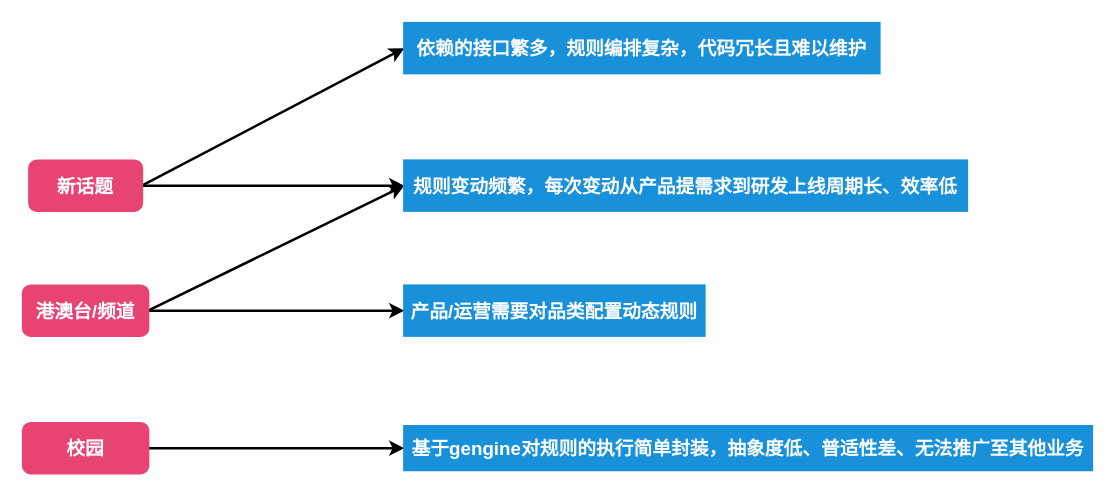
Earlier version of the draw.io diagram 垂直业务众多收录服务迭代与维护之痛.drawio (smartcharles/tech_draw). Source tidied: cells renumbered, new cells numbered last; positions are measured from the earlier drawing's top-left corner, leaving out a move shared by most shapes. Both pictures are drawn from the tidied source at 125%, with x=0, y=0 at pixel (22, 22).
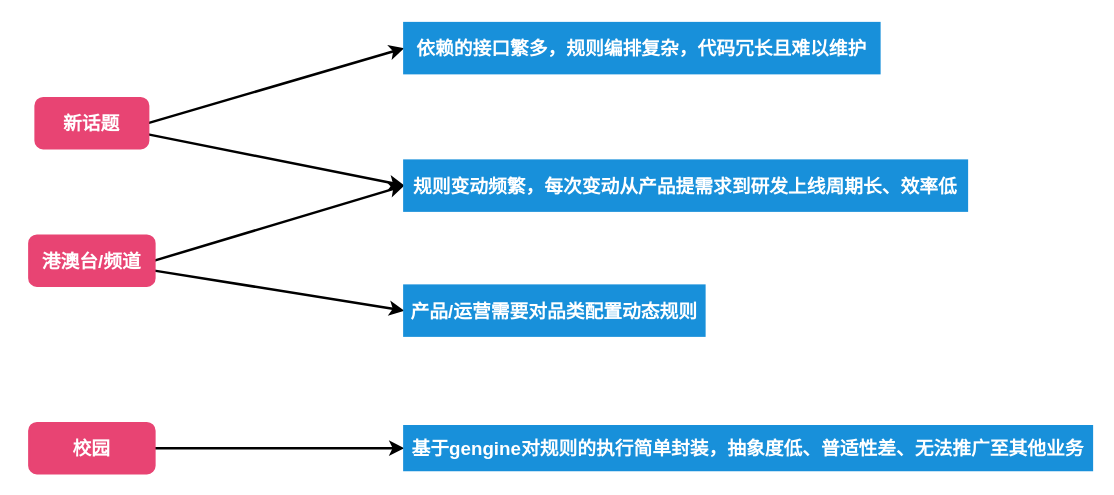
After the change.

Commit message (it also covers changes not shown here):
更新垂直业务众多收录服务迭代与维护之痛.drawio

Change to the diagram source:
```diff
@@
 <mxGraphModel>
   <root>
     <mxCell id="0" />
     <mxCell id="1" parent="0" />
-    <mxCell id="2" style="edgeStyle=orthogonalEdgeStyle;rounded=0;jettySize=auto;html=1;entryX=0;entryY=0.5;entryDx=0;entryDy=0;strokeWidth=2;" parent="1" edge="1" source="4" target="10">
+    <mxCell id="2" style="rounded=0;jettySize=auto;html=1;entryX=0;entryY=0.5;entryDx=0;entryDy=0;strokeWidth=2;" parent="1" edge="1" source="4" target="10">
       <mxGeometry relative="1" as="geometry" />
     </mxCell>
     <mxCell id="3" style="edgeStyle=none;rounded=0;jettySize=auto;html=1;entryX=0;entryY=0.5;entryDx=0;entryDy=0;exitX=1;exitY=0.5;exitDx=0;exitDy=0;strokeWidth=2;" parent="1" edge="1" source="4" target="12">
       <mxGeometry relative="1" as="geometry" />
     </mxCell>
     <mxCell id="4" value="&lt;font color=&quot;#ffffff&quot; style=&quot;font-size: 15px;&quot;&gt;&lt;b&gt;新话题&lt;/b&gt;&lt;/font&gt;" style="rounded=1;whiteSpace=wrap;html=1;fillColor=#E84473;strokeColor=#E84473;strokeWidth=2;" parent="1" vertex="1">
-      <mxGeometry x="5" y="110" width="90" height="40" as="geometry" />
+      <mxGeometry x="10" y="60" width="90" height="40" as="geometry" />
     </mxCell>
-    <mxCell id="5" style="edgeStyle=orthogonalEdgeStyle;rounded=0;jettySize=auto;html=1;entryX=0;entryY=0.5;entryDx=0;entryDy=0;strokeWidth=2;" parent="1" edge="1" source="7" target="11">
+    <mxCell id="5" style="rounded=0;jettySize=auto;html=1;entryX=0;entryY=0.5;entryDx=0;entryDy=0;strokeWidth=2;" parent="1" edge="1" source="7" target="11">
       <mxGeometry relative="1" as="geometry" />
     </mxCell>
     <mxCell id="6" style="edgeStyle=none;rounded=0;jettySize=auto;html=1;entryX=0;entryY=0.5;entryDx=0;entryDy=0;exitX=1;exitY=0.5;exitDx=0;exitDy=0;strokeWidth=2;" parent="1" edge="1" source="7" target="10">
       <mxGeometry relative="1" as="geometry" />
     </mxCell>
     <mxCell id="7" value="&lt;font color=&quot;#ffffff&quot; style=&quot;font-size: 15px;&quot;&gt;&lt;b&gt;港澳台/频道&lt;/b&gt;&lt;/font&gt;" style="rounded=1;whiteSpace=wrap;html=1;fillColor=#E84473;strokeColor=#E84473;strokeWidth=2;" parent="1" vertex="1">
-      <mxGeometry y="210" width="100" height="40" as="geometry" />
+      <mxGeometry x="5" y="170" width="100" height="40" as="geometry" />
     </mxCell>
     <mxCell id="8" style="edgeStyle=orthogonalEdgeStyle;rounded=0;jettySize=auto;html=1;entryX=0;entryY=0.5;entryDx=0;entryDy=0;strokeWidth=2;" parent="1" edge="1" source="9" target="13">
       <mxGeometry relative="1" as="geometry" />
     </mxCell>
     <mxCell id="9" value="&lt;font color=&quot;#ffffff&quot; style=&quot;font-size: 15px;&quot;&gt;&lt;b&gt;校园&lt;/b&gt;&lt;/font&gt;" style="rounded=1;whiteSpace=wrap;html=1;fillColor=#E84473;strokeColor=#E84473;strokeWidth=2;" parent="1" vertex="1">
-      <mxGeometry y="320" width="100" height="40" as="geometry" />
+      <mxGeometry x="5" y="320" width="100" height="40" as="geometry" />
     </mxCell>
     <mxCell id="10" value="&lt;font color=&quot;#ffffff&quot; style=&quot;font-size: 15px;&quot;&gt;&lt;b&gt;规则变动频繁，每次变动从产品提需求到研发上线周期长、效率低&lt;/b&gt;&lt;/font&gt;" style="rounded=0;whiteSpace=wrap;html=1;fillColor=#1890DA;strokeColor=#1890DA;strokeWidth=2;" parent="1" vertex="1">
       <mxGeometry x="305" y="110" width="450" height="40" as="geometry" />
     </mxCell>
     <mxCell id="11" value="&lt;font color=&quot;#ffffff&quot;&gt;&lt;span style=&quot;font-size: 15px;&quot;&gt;&lt;b&gt;产品/运营需要对品类配置动态规则&lt;/b&gt;&lt;/span&gt;&lt;/font&gt;" style="rounded=0;whiteSpace=wrap;html=1;fillColor=#1890DA;strokeColor=#1890DA;strokeWidth=2;" parent="1" vertex="1">
       <mxGeometry x="305" y="210" width="240" height="40" as="geometry" />
     </mxCell>
     <mxCell id="12" value="&lt;font color=&quot;#ffffff&quot; style=&quot;font-size: 15px;&quot;&gt;&lt;b&gt;依赖的接口繁多，规则编排复杂，代码冗长且难以维护&lt;/b&gt;&lt;/font&gt;" style="rounded=0;whiteSpace=wrap;html=1;fillColor=#1890DA;strokeColor=#1890DA;strokeWidth=2;" parent="1" vertex="1">
       <mxGeometry x="305" width="380" height="40" as="geometry" />
     </mxCell>
     <mxCell id="13" value="&lt;font color=&quot;#ffffff&quot; style=&quot;font-size: 15px;&quot;&gt;&lt;b&gt;基于gengine对规则的执行简单封装，抽象度低、普适性差、无法推广至其他业务&lt;/b&gt;&lt;/font&gt;" style="rounded=0;whiteSpace=wrap;html=1;fillColor=#1890DA;strokeColor=#1890DA;strokeWidth=2;" parent="1" vertex="1">
       <mxGeometry x="305" y="322.5" width="550" height="35" as="geometry" />
     </mxCell>
   </root>
 </mxGraphModel>
```
